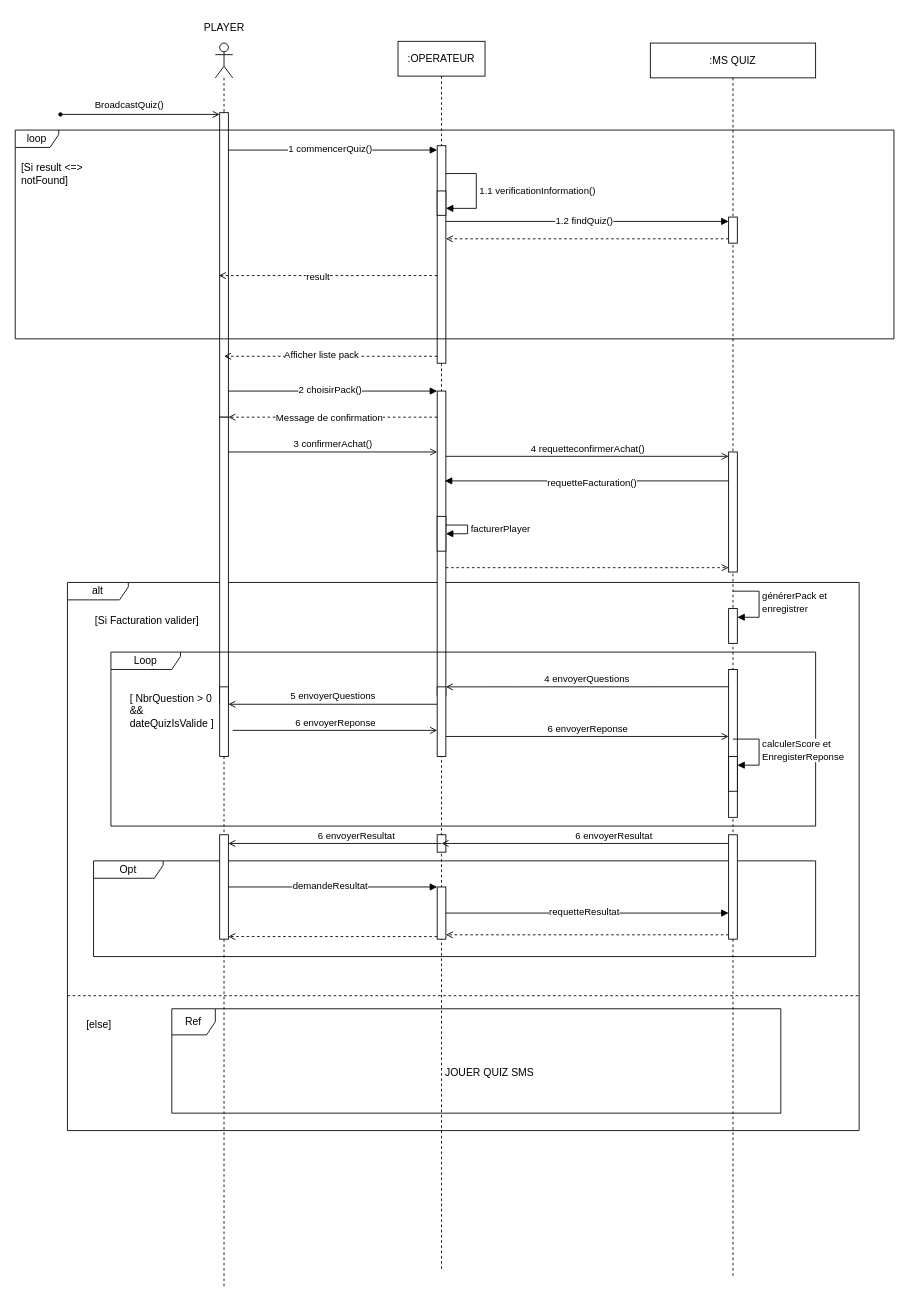
Above: page "DS-JOUER-QUIZ-SMS" (2 of 4) of QuizDiagram.drawio in kbvac/Diagramme-UML (draw.io), before the change. Source tidied: cells renumbered, new cells numbered last; positions are measured from the earlier drawing's top-left corner, leaving out a move shared by most shapes. Both pictures are drawn from the tidied source at 87%, with x=0, y=0 at pixel (15, 15).
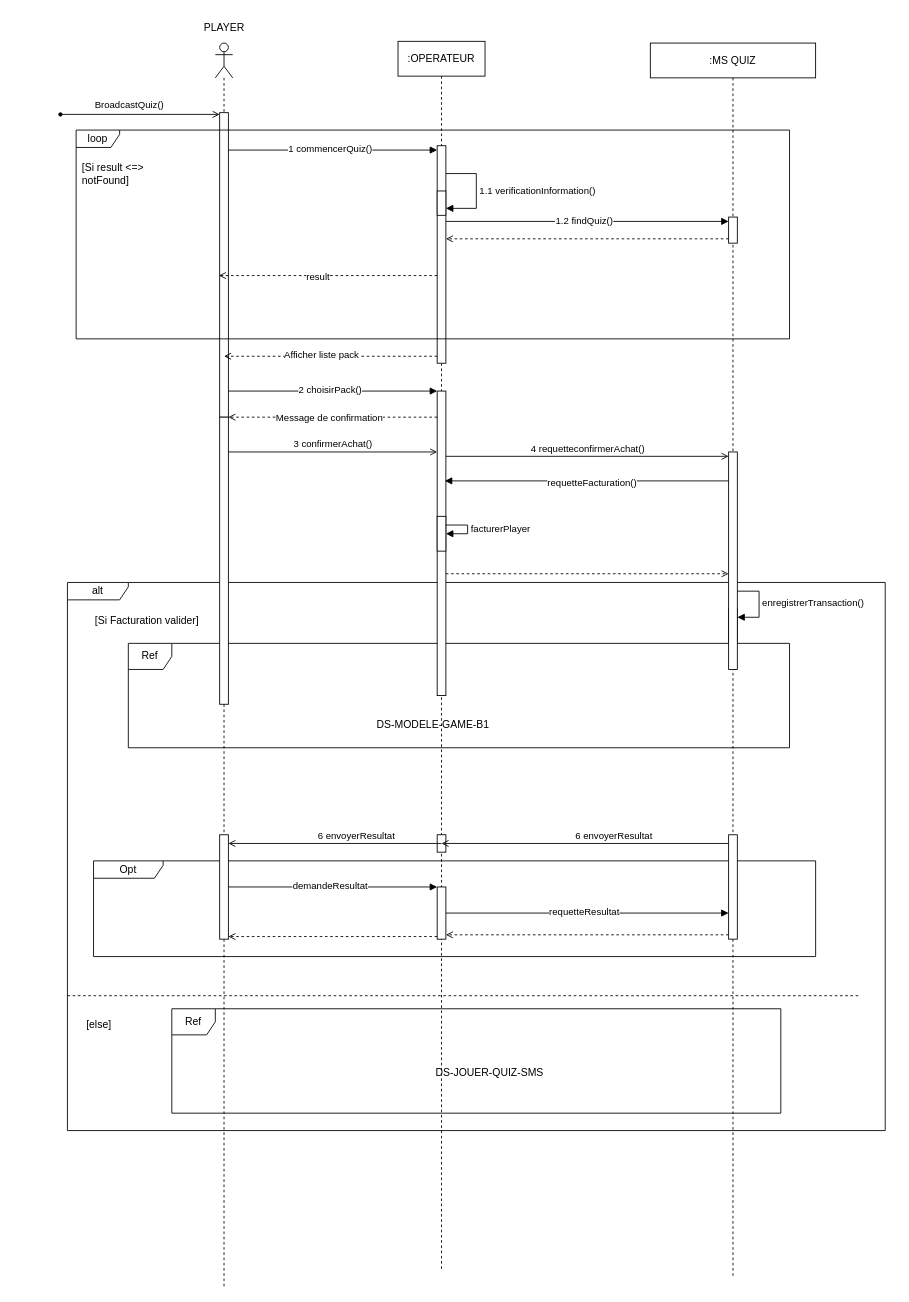
After the change.

Unchanged cells that the change refers to:
```xml
<mxCell id="14" value=":MS QUIZ" style="shape=umlLifeline;perimeter=lifelinePerimeter;whiteSpace=wrap;html=1;newEdgeStyle={&quot;edgeStyle&quot;:&quot;elbowEdgeStyle&quot;,&quot;elbow&quot;:&quot;vertical&quot;,&quot;curved&quot;:0,&quot;rounded&quot;:0};" parent="1" vertex="1">
  <mxGeometry x="730" y="32" width="190" height="1420" as="geometry" />
</mxCell>
<mxCell id="16" style="html=1;points=[[0,0,0,0,5],[0,1,0,0,-5],[1,0,0,0,5],[1,1,0,0,-5]];perimeter=orthogonalPerimeter;outlineConnect=0;targetShapes=umlLifeline;portConstraint=eastwest;newEdgeStyle={&quot;curved&quot;:0,&quot;rounded&quot;:0};" parent="14" vertex="1">
  <mxGeometry x="90" y="650" width="10" height="40" as="geometry" />
</mxCell>
<mxCell id="35" value="Ref" style="shape=umlFrame;whiteSpace=wrap;html=1;width=50;" parent="29" vertex="1">
  <mxGeometry x="120" y="490" width="700" height="120" as="geometry" />
</mxCell>
<mxCell id="44" style="html=1;points=[[0,0,0,0,5],[0,1,0,0,-5],[1,0,0,0,5],[1,1,0,0,-5]];perimeter=orthogonalPerimeter;outlineConnect=0;targetShapes=umlLifeline;portConstraint=eastwest;newEdgeStyle={&quot;curved&quot;:0,&quot;rounded&quot;:0};" parent="1" vertex="1">
  <mxGeometry x="485" y="432" width="10" height="350" as="geometry" />
</mxCell>
```

What changed in the source:
```diff
@@
-    <mxCell id="17" value="générerPack et&amp;nbsp;&lt;br&gt;enregistrer" style="html=1;align=left;spacingLeft=2;endArrow=block;rounded=0;edgeStyle=orthogonalEdgeStyle;curved=0;rounded=0;" parent="14" edge="1" target="16">
-      <mxGeometry relative="1" as="geometry">
-        <mxPoint x="95" y="630" as="sourcePoint" />
-        <Array as="points">
-          <mxPoint x="125" y="660" />
-        </Array>
-      </mxGeometry>
-    </mxCell>
+    <mxCell id="70" value="enregistrerTransaction()" style="html=1;align=left;spacingLeft=2;endArrow=block;rounded=0;edgeStyle=orthogonalEdgeStyle;curved=0;rounded=0;" parent="14" edge="1" target="16">
+      <mxGeometry relative="1" as="geometry">
+        <mxPoint x="95" y="630" as="sourcePoint" />
+        <Array as="points">
+          <mxPoint x="125" y="660" />
+        </Array>
+      </mxGeometry>
+    </mxCell>
@@
     <mxCell id="25" value="loop" style="shape=umlFrame;whiteSpace=wrap;html=1;width=50;height=20;" parent="1" vertex="1">
-      <mxGeometry y="132" width="1010" height="240" as="geometry" />
+      <mxGeometry x="70" y="132" width="820" height="240" as="geometry" />
     </mxCell>
@@
     <mxCell id="29" value="alt" style="shape=umlFrame;whiteSpace=wrap;html=1;width=70;height=20;" parent="1" vertex="1">
-      <mxGeometry x="60" y="652" width="910" height="630" as="geometry" />
+      <mxGeometry x="60" y="652" width="940" height="630" as="geometry" />
     </mxCell>
@@
-    <mxCell id="36" value="JOUER QUIZ SMS" style="text;align=center;html=1;" parent="35" vertex="1">
+    <mxCell id="36" value="DS-JOUER-QUIZ-SMS" style="text;align=center;html=1;" parent="35" vertex="1">
       <mxGeometry width="100" height="20" relative="1" as="geometry">
         <mxPoint x="315" y="60" as="offset" />
       </mxGeometry>
     </mxCell>
+    <mxCell id="71" value="Ref" style="shape=umlFrame;whiteSpace=wrap;html=1;width=50;" parent="29" vertex="1">
+      <mxGeometry x="70" y="70" width="760" height="120" as="geometry" />
+    </mxCell>
+    <mxCell id="72" value="DS-MODELE-GAME-B1" style="text;align=center;html=1;" parent="71" vertex="1">
+      <mxGeometry width="100" height="20" relative="1" as="geometry">
+        <mxPoint x="300" y="80" as="offset" />
+      </mxGeometry>
+    </mxCell>
@@
     <mxCell id="49" style="html=1;points=[[0,0,0,0,5],[0,1,0,0,-5],[1,0,0,0,5],[1,1,0,0,-5]];perimeter=orthogonalPerimeter;outlineConnect=0;targetShapes=umlLifeline;portConstraint=eastwest;newEdgeStyle={&quot;curved&quot;:0,&quot;rounded&quot;:0};" parent="1" vertex="1">
-      <mxGeometry x="820" y="502" width="10" height="138" as="geometry" />
+      <mxGeometry x="820" y="502" width="10" height="250" as="geometry" />
     </mxCell>
@@
-    <mxCell id="52" style="html=1;verticalAlign=bottom;labelBackgroundColor=none;endArrow=open;endFill=0;dashed=1;rounded=0;entryX=0;entryY=1;entryDx=0;entryDy=-5;entryPerimeter=0;" parent="1" edge="1" source="44" target="49">
-      <mxGeometry relative="1" as="geometry" />
+    <mxCell id="52" style="html=1;verticalAlign=bottom;labelBackgroundColor=none;endArrow=open;endFill=0;dashed=1;rounded=0;entryX=0;entryY=1;entryDx=0;entryDy=-5;entryPerimeter=0;" parent="1" edge="1">
+      <mxGeometry relative="1" as="geometry">
+        <mxPoint x="495" y="642" as="sourcePoint" />
+        <mxPoint x="820" y="642" as="targetPoint" />
+      </mxGeometry>
     </mxCell>
@@
-    <mxCell id="54" value="5 envoyerQuestions" style="html=1;verticalAlign=bottom;labelBackgroundColor=none;endArrow=open;endFill=0;rounded=0;" parent="1" edge="1">
-      <mxGeometry relative="1" as="geometry">
-        <mxPoint x="485" y="792" as="sourcePoint" />
-        <mxPoint x="245" y="792" as="targetPoint" />
-      </mxGeometry>
-    </mxCell>
-    <mxCell id="55" value="6 envoyerReponse" style="html=1;verticalAlign=bottom;labelBackgroundColor=none;endArrow=open;endFill=0;rounded=0;" parent="1" edge="1">
-      <mxGeometry relative="1" as="geometry">
-        <mxPoint x="250" y="822" as="sourcePoint" />
-        <mxPoint x="485" y="822" as="targetPoint" />
-      </mxGeometry>
-    </mxCell>
-    <mxCell id="56" value="6 envoyerReponse" style="html=1;verticalAlign=bottom;labelBackgroundColor=none;endArrow=open;endFill=0;rounded=0;" parent="1" edge="1" target="59">
-      <mxGeometry relative="1" as="geometry">
-        <mxPoint x="495" y="829" as="sourcePoint" />
-      </mxGeometry>
-    </mxCell>
-    <mxCell id="57" value="Loop" style="shape=umlFrame;whiteSpace=wrap;html=1;width=80;height=20;" parent="1" vertex="1">
-      <mxGeometry x="110" y="732" width="810" height="200" as="geometry" />
-    </mxCell>
-    <mxCell id="58" value="[ NbrQuestion &amp;gt; 0 &lt;br&gt;&amp;amp;&amp;amp;&lt;br&gt;dateQuizIsValide ]&amp;nbsp;" style="text;html=1;" parent="57" vertex="1">
-      <mxGeometry width="100" height="20" relative="1" as="geometry">
-        <mxPoint x="20" y="40" as="offset" />
-      </mxGeometry>
-    </mxCell>
-    <mxCell id="59" style="html=1;points=[[0,0,0,0,5],[0,1,0,0,-5],[1,0,0,0,5],[1,1,0,0,-5]];perimeter=orthogonalPerimeter;outlineConnect=0;targetShapes=umlLifeline;portConstraint=eastwest;newEdgeStyle={&quot;curved&quot;:0,&quot;rounded&quot;:0};" parent="1" vertex="1">
-      <mxGeometry x="820" y="752" width="10" height="170" as="geometry" />
-    </mxCell>
-    <mxCell id="60" style="html=1;points=[[0,0,0,0,5],[0,1,0,0,-5],[1,0,0,0,5],[1,1,0,0,-5]];perimeter=orthogonalPerimeter;outlineConnect=0;targetShapes=umlLifeline;portConstraint=eastwest;newEdgeStyle={&quot;curved&quot;:0,&quot;rounded&quot;:0};" parent="1" vertex="1">
-      <mxGeometry x="820" y="852" width="10" height="40" as="geometry" />
-    </mxCell>
-    <mxCell id="61" value="calculerScore et &lt;br&gt;EnregisterReponse" style="html=1;align=left;spacingLeft=2;endArrow=block;rounded=0;edgeStyle=orthogonalEdgeStyle;curved=0;rounded=0;" parent="1" edge="1" target="60">
-      <mxGeometry relative="1" as="geometry">
-        <mxPoint x="825" y="832" as="sourcePoint" />
-        <Array as="points">
-          <mxPoint x="855" y="862" />
-        </Array>
-      </mxGeometry>
-    </mxCell>
@@
-    <mxCell id="63" style="html=1;perimeter=orthogonalPerimeter;targetShapes=umlLifeline;newEdgeStyle={&quot;curved&quot;:0,&quot;rounded&quot;:0};" parent="1" vertex="1">
-      <mxGeometry x="235" y="772" width="10" height="80" as="geometry" />
-    </mxCell>
-    <mxCell id="64" value="4 envoyerQuestions" style="html=1;verticalAlign=bottom;labelBackgroundColor=none;endArrow=open;endFill=0;rounded=0;exitX=0.007;exitY=0.117;exitDx=0;exitDy=0;exitPerimeter=0;" parent="1" edge="1" source="59" target="65">
-      <mxGeometry relative="1" as="geometry" />
-    </mxCell>
-    <mxCell id="65" style="html=1;points=[[0,0,0,0,5],[0,1,0,0,-5],[1,0,0,0,5],[1,1,0,0,-5]];perimeter=orthogonalPerimeter;outlineConnect=0;targetShapes=umlLifeline;portConstraint=eastwest;newEdgeStyle={&quot;curved&quot;:0,&quot;rounded&quot;:0};" parent="1" vertex="1">
-      <mxGeometry x="485" y="772" width="10" height="80" as="geometry" />
-    </mxCell>
```
